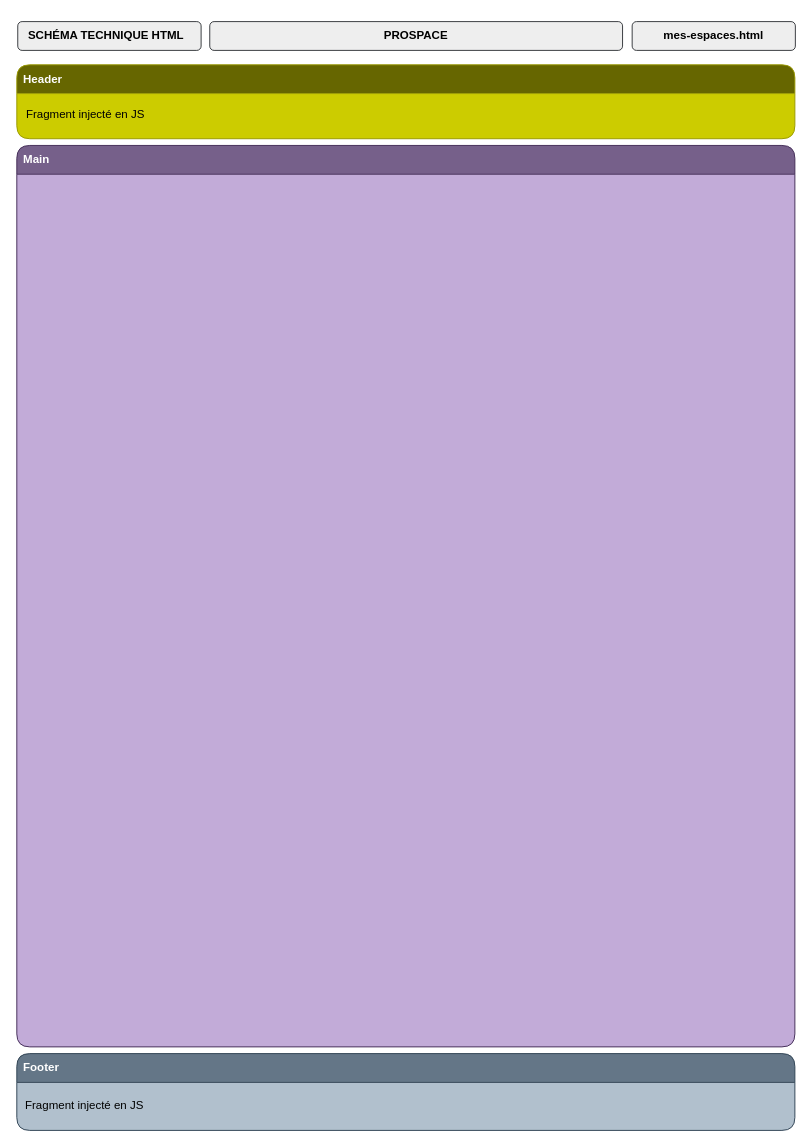
This is page "mes-espaces.html" (4 of 5) of documents/conceptualisation/Schéma technique/ProSpace.drawio from anthonylepichon/ProSpace-Solutions, a draw.io file, before an edit. Source tidied: cells renumbered, new cells numbered last; positions are measured from the earlier drawing's top-left corner, leaving out a move shared by most shapes. Both pictures are drawn from the tidied source at 96%, with x=0, y=0 at pixel (16, 16).
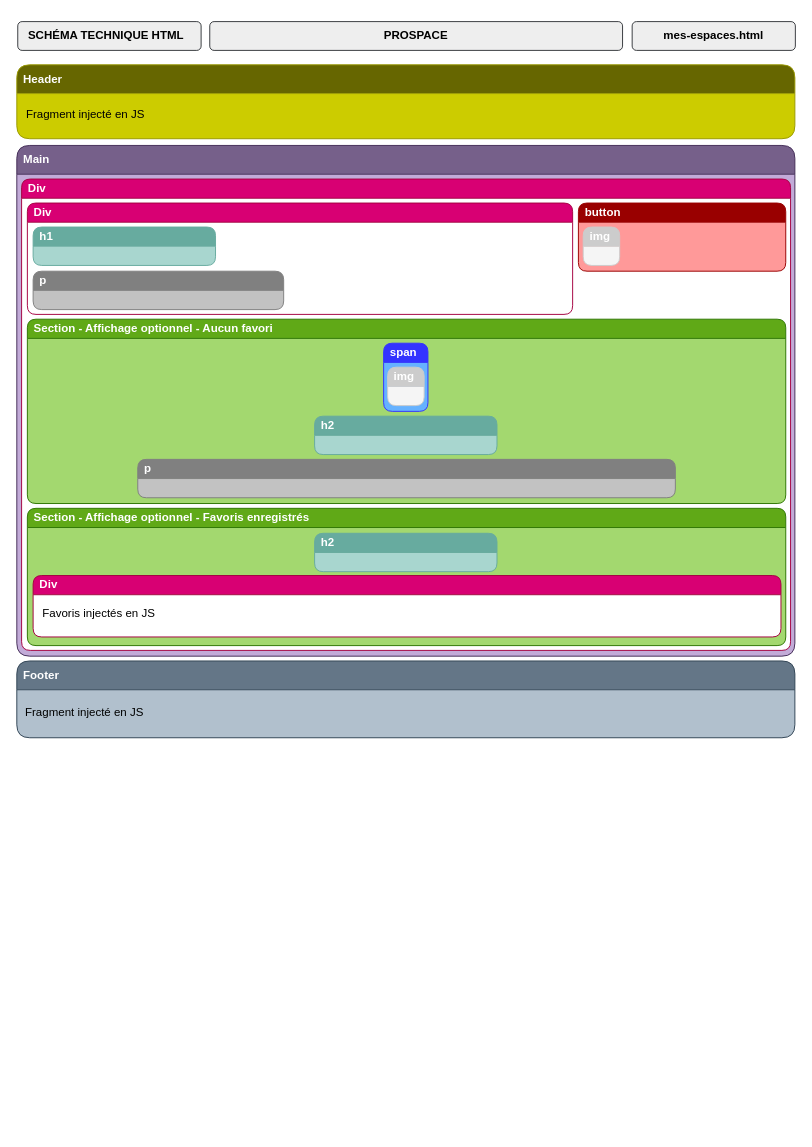
Above is the later version.

What changed in the source:
```diff
@@
     <mxCell id="7" value="&lt;span&gt;Main&lt;/span&gt;" style="swimlane;whiteSpace=wrap;html=1;align=left;startSize=30;rounded=1;fillColor=#76608a;fontColor=#ffffff;strokeColor=#432D57;spacingLeft=5;swimlaneFillColor=light-dark(#c2abd8, #ededed);fontStyle=1;fontSize=12;" parent="1" vertex="1">
-      <mxGeometry y="134" width="810.5" height="939" as="geometry" />
+      <mxGeometry y="134" width="810.5" height="532" as="geometry" />
     </mxCell>
+    <mxCell id="12" value="&lt;span&gt;Div&lt;/span&gt;" style="swimlane;whiteSpace=wrap;html=1;align=left;startSize=20;rounded=1;fillColor=#d80073;fontColor=#ffffff;strokeColor=#A50040;fontSize=12;fontStyle=1;swimlaneFillColor=default;spacingLeft=5;verticalAlign=middle;" parent="7" vertex="1">
+      <mxGeometry x="5" y="35" width="801" height="491" as="geometry" />
+    </mxCell>
+    <mxCell id="13" value="&lt;span&gt;&lt;font&gt;button&lt;/font&gt;&lt;/span&gt;" style="swimlane;whiteSpace=wrap;html=1;align=left;startSize=20;rounded=1;fillColor=#990000;fontColor=#ffffff;strokeColor=#990000;fontSize=12;fontStyle=1;swimlaneFillColor=#FF9999;spacingLeft=5;" parent="12" vertex="1">
+      <mxGeometry x="580" y="25" width="216" height="71" as="geometry" />
+    </mxCell>
+    <mxCell id="14" value="&lt;span&gt;&lt;font&gt;img&lt;/font&gt;&lt;/span&gt;" style="swimlane;whiteSpace=wrap;html=1;align=left;startSize=20;rounded=1;fillColor=#CCCCCC;fontColor=#ffffff;strokeColor=#CCCCCC;fontStyle=1;swimlaneFillColor=light-dark(#f5f5f5, #ededed);spacingLeft=5;fontSize=12;verticalAlign=middle;" parent="13" vertex="1">
+      <mxGeometry x="5" y="25" width="38" height="40" as="geometry" />
+    </mxCell>
+    <mxCell id="15" value="&lt;span&gt;Div&lt;/span&gt;" style="swimlane;whiteSpace=wrap;html=1;align=left;startSize=20;rounded=1;fillColor=#d80073;fontColor=#ffffff;strokeColor=#A50040;fontSize=12;fontStyle=1;swimlaneFillColor=default;spacingLeft=5;verticalAlign=middle;" parent="12" vertex="1">
+      <mxGeometry x="6" y="25" width="568" height="116" as="geometry" />
+    </mxCell>
+    <mxCell id="16" value="&lt;span&gt;&lt;font&gt;h1&lt;/font&gt;&lt;/span&gt;" style="swimlane;whiteSpace=wrap;html=1;align=left;startSize=20;rounded=1;fillColor=#67AB9F;fontColor=#ffffff;strokeColor=#67AB9F;fontStyle=1;swimlaneFillColor=light-dark(#a8d6cf, #ededed);spacingLeft=5;fontSize=12;" parent="15" vertex="1">
+      <mxGeometry x="6" y="25" width="190" height="40" as="geometry" />
+    </mxCell>
+    <mxCell id="17" value="&lt;span&gt;&lt;font&gt;p&lt;/font&gt;&lt;/span&gt;" style="swimlane;whiteSpace=wrap;html=1;align=left;startSize=20;rounded=1;fillColor=#808080;fontColor=#ffffff;strokeColor=#808080;fontSize=12;fontStyle=1;swimlaneFillColor=#C2C2C2;spacingLeft=5;" parent="15" vertex="1">
+      <mxGeometry x="6" y="71" width="261" height="40" as="geometry" />
+    </mxCell>
+    <mxCell id="18" value="&lt;span&gt;Section - Affichage optionnel - Aucun favori&lt;/span&gt;" style="swimlane;whiteSpace=wrap;html=1;align=left;startSize=20;rounded=1;fillColor=#60a917;fontColor=#ffffff;strokeColor=#2D7600;fontSize=12;fontStyle=1;gradientColor=none;swimlaneFillColor=light-dark(#a3d86f, #ededed);spacingLeft=5;" parent="12" vertex="1">
+      <mxGeometry x="6" y="146" width="790" height="192" as="geometry" />
+    </mxCell>
+    <mxCell id="19" value="span" style="swimlane;whiteSpace=wrap;html=1;align=left;startSize=20;rounded=1;fillColor=#3333FF;fontColor=#FFFFFF;strokeColor=#3333FF;fontSize=12;fontStyle=1;swimlaneFillColor=light-dark(#66B2FF,#EDEDED);spacingLeft=5;" parent="18" vertex="1">
+      <mxGeometry x="371.1" y="25" width="46.2" height="71" as="geometry" />
+    </mxCell>
+    <mxCell id="20" value="&lt;span&gt;&lt;font&gt;img&lt;/font&gt;&lt;/span&gt;" style="swimlane;whiteSpace=wrap;html=1;align=left;startSize=20;rounded=1;fillColor=#CCCCCC;fontColor=#ffffff;strokeColor=#CCCCCC;fontStyle=1;swimlaneFillColor=light-dark(#f5f5f5, #ededed);spacingLeft=5;fontSize=12;verticalAlign=middle;" parent="19" vertex="1">
+      <mxGeometry x="4.2" y="25" width="38" height="40" as="geometry" />
+    </mxCell>
+    <mxCell id="21" value="&lt;span&gt;&lt;font&gt;h2&lt;/font&gt;&lt;/span&gt;" style="swimlane;whiteSpace=wrap;html=1;align=left;startSize=20;rounded=1;fillColor=#67AB9F;fontColor=#ffffff;strokeColor=#67AB9F;fontStyle=1;swimlaneFillColor=light-dark(#a8d6cf, #ededed);spacingLeft=5;fontSize=12;" parent="18" vertex="1">
+      <mxGeometry x="299.2" y="101" width="190" height="40" as="geometry" />
+    </mxCell>
+    <mxCell id="22" value="&lt;span&gt;&lt;font&gt;p&lt;/font&gt;&lt;/span&gt;" style="swimlane;whiteSpace=wrap;html=1;align=left;startSize=20;rounded=1;fillColor=#808080;fontColor=#ffffff;strokeColor=#808080;fontSize=12;fontStyle=1;swimlaneFillColor=#C2C2C2;spacingLeft=5;" parent="18" vertex="1">
+      <mxGeometry x="115" y="146" width="560" height="40" as="geometry" />
+    </mxCell>
+    <mxCell id="23" value="&lt;span&gt;Section - Affichage optionnel - Favoris enregistrés&lt;/span&gt;" style="swimlane;whiteSpace=wrap;html=1;align=left;startSize=20;rounded=1;fillColor=#60a917;fontColor=#ffffff;strokeColor=#2D7600;fontSize=12;fontStyle=1;gradientColor=none;swimlaneFillColor=light-dark(#a3d86f, #ededed);spacingLeft=5;" parent="12" vertex="1">
+      <mxGeometry x="6" y="343" width="790" height="143" as="geometry" />
+    </mxCell>
+    <mxCell id="24" value="&lt;span&gt;&lt;font&gt;h2&lt;/font&gt;&lt;/span&gt;" style="swimlane;whiteSpace=wrap;html=1;align=left;startSize=20;rounded=1;fillColor=#67AB9F;fontColor=#ffffff;strokeColor=#67AB9F;fontStyle=1;swimlaneFillColor=light-dark(#a8d6cf, #ededed);spacingLeft=5;fontSize=12;" parent="23" vertex="1">
+      <mxGeometry x="299.2" y="26" width="190" height="40" as="geometry" />
+    </mxCell>
+    <mxCell id="25" value="&lt;span&gt;Div&lt;/span&gt;" style="swimlane;whiteSpace=wrap;html=1;align=left;startSize=20;rounded=1;fillColor=#d80073;fontColor=#ffffff;strokeColor=#A50040;fontSize=12;fontStyle=1;swimlaneFillColor=default;spacingLeft=5;verticalAlign=middle;" parent="23" vertex="1">
+      <mxGeometry x="6" y="70" width="779" height="64" as="geometry" />
+    </mxCell>
+    <mxCell id="26" value="Favoris injectés en JS" style="text;html=1;whiteSpace=wrap;strokeColor=none;fillColor=none;align=left;verticalAlign=middle;rounded=0;" parent="25" vertex="1">
+      <mxGeometry x="8" y="25" width="159" height="30" as="geometry" />
+    </mxCell>
     <mxCell id="8" value="&lt;span&gt;&lt;font&gt;Footer&amp;nbsp;&lt;/font&gt;&lt;/span&gt;" style="swimlane;whiteSpace=wrap;html=1;align=left;startSize=30;rounded=1;fillColor=#647687;fontColor=#ffffff;strokeColor=#314354;fontSize=12;fontStyle=1;spacingLeft=5;swimlaneFillColor=light-dark(#b1c0cd, #ededed);" parent="1" vertex="1">
-      <mxGeometry y="1080" width="810.5" height="80" as="geometry" />
+      <mxGeometry y="671" width="810.5" height="80" as="geometry" />
     </mxCell>
```
